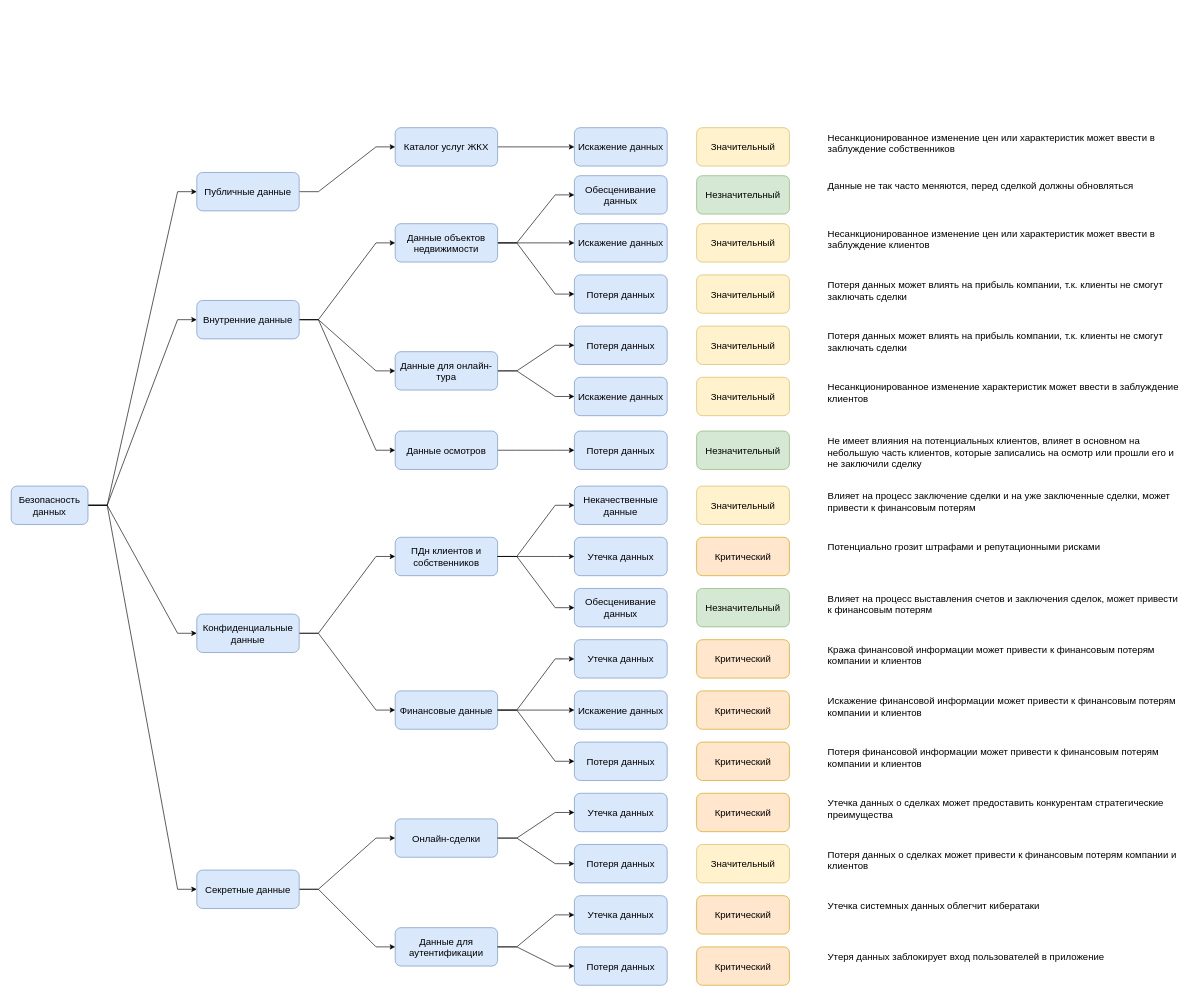
Above: page "Data Risks" (2 of 2) of Exc1/PropDevelopment_С4_model copy.drawio in dimso8/ya-sprint-07 (draw.io), before the change. Source tidied: cells renumbered, new cells numbered last; positions are measured from the earlier drawing's top-left corner, leaving out a move shared by most shapes. Both pictures are drawn from the tidied source at 64%, with x=0, y=0 at pixel (11, 127).
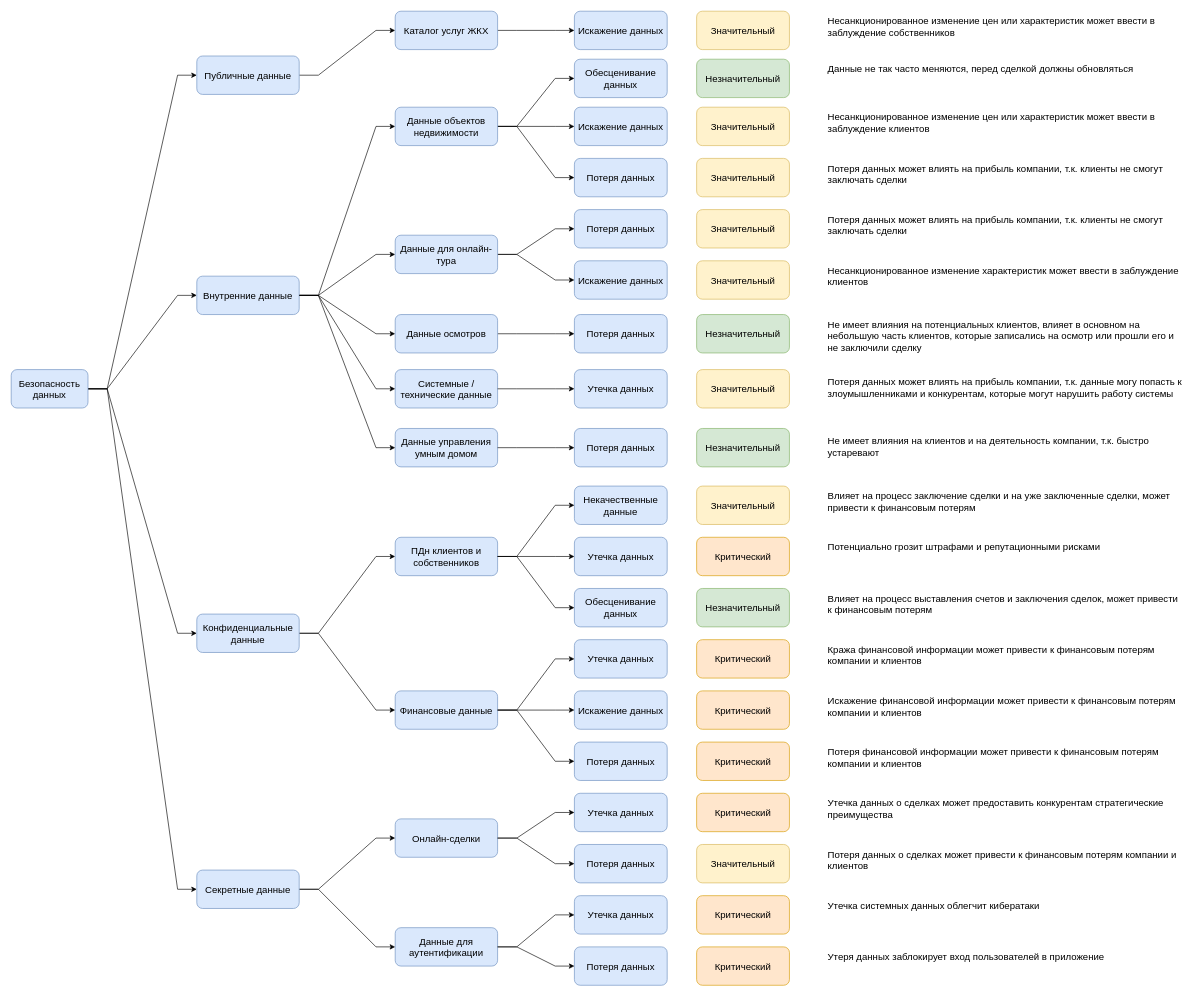
After the change.

Change to the diagram source:
```diff
@@
     <mxCell id="6" value="Безопасность данных" style="rounded=1;whiteSpace=wrap;html=1;fontSize=15;fillColor=#dae8fc;strokeColor=#6c8ebf;" parent="1" vertex="1">
-      <mxGeometry y="560" width="120" height="60" as="geometry" />
+      <mxGeometry y="378" width="120" height="60" as="geometry" />
     </mxCell>
@@
     <mxCell id="16" value="Внутренние данные" style="rounded=1;whiteSpace=wrap;html=1;strokeColor=#6c8ebf;align=center;verticalAlign=middle;fontFamily=Helvetica;fontSize=15;fillColor=#dae8fc;" parent="1" vertex="1">
-      <mxGeometry x="290" y="270" width="160" height="60" as="geometry" />
+      <mxGeometry x="290" y="232" width="160" height="60" as="geometry" />
     </mxCell>
@@
     <mxCell id="18" value="Публичные данные" style="rounded=1;whiteSpace=wrap;html=1;strokeColor=#6c8ebf;align=center;verticalAlign=middle;fillColor=#dae8fc;fontSize=15;" parent="1" vertex="1">
-      <mxGeometry x="290" y="70" width="160" height="60" as="geometry" />
+      <mxGeometry x="290" y="-112" width="160" height="60" as="geometry" />
     </mxCell>
@@
     <mxCell id="22" value="Потеря данных" style="rounded=1;whiteSpace=wrap;html=1;fontSize=15;fillColor=#dae8fc;strokeColor=#6c8ebf;" parent="1" vertex="1">
-      <mxGeometry x="880" y="310" width="145" height="60" as="geometry" />
+      <mxGeometry x="880" y="128" width="145" height="60" as="geometry" />
     </mxCell>
     <mxCell id="23" value="Искажение данных" style="rounded=1;whiteSpace=wrap;html=1;fontSize=15;fillColor=#dae8fc;strokeColor=#6c8ebf;" parent="1" vertex="1">
-      <mxGeometry x="880" width="145" height="60" as="geometry" />
+      <mxGeometry x="880" y="-182" width="145" height="60" as="geometry" />
     </mxCell>
@@
     <mxCell id="29" value="Данные объектов недвижимости" style="rounded=1;whiteSpace=wrap;html=1;strokeColor=#6c8ebf;align=center;verticalAlign=middle;fillColor=#dae8fc;fontSize=15;" parent="1" vertex="1">
-      <mxGeometry x="600" y="150" width="160" height="60" as="geometry" />
+      <mxGeometry x="600" y="-32" width="160" height="60" as="geometry" />
     </mxCell>
@@
     <mxCell id="32" value="Каталог услуг ЖКХ" style="rounded=1;whiteSpace=wrap;html=1;strokeColor=#6c8ebf;align=center;verticalAlign=middle;fillColor=#dae8fc;fontSize=15;" parent="1" vertex="1">
-      <mxGeometry x="600" width="160" height="60" as="geometry" />
+      <mxGeometry x="600" y="-182" width="160" height="60" as="geometry" />
     </mxCell>
@@
     <mxCell id="36" value="Данные для онлайн-тура" style="rounded=1;whiteSpace=wrap;html=1;strokeColor=#6c8ebf;align=center;verticalAlign=middle;fillColor=#dae8fc;fontSize=15;" parent="1" vertex="1">
-      <mxGeometry x="600" y="350" width="160" height="60" as="geometry" />
+      <mxGeometry x="600" y="168" width="160" height="60" as="geometry" />
     </mxCell>
@@
     <mxCell id="39" value="Данные осмотров" style="rounded=1;whiteSpace=wrap;html=1;strokeColor=#6c8ebf;align=center;verticalAlign=middle;fillColor=#dae8fc;fontSize=15;" parent="1" vertex="1">
-      <mxGeometry x="600" y="474" width="160" height="60" as="geometry" />
+      <mxGeometry x="600" y="292" width="160" height="60" as="geometry" />
     </mxCell>
@@
     <mxCell id="41" value="Несанкционированное изменение цен или характеристик может ввести в заблуждение собственников&amp;nbsp;" style="text;whiteSpace=wrap;html=1;fontSize=15;" parent="1" vertex="1">
-      <mxGeometry x="1274" width="560" height="52" as="geometry" />
+      <mxGeometry x="1274" y="-182" width="560" height="52" as="geometry" />
     </mxCell>
     <mxCell id="42" value="Незначительный" style="rounded=1;whiteSpace=wrap;html=1;fontSize=15;fillColor=#d5e8d4;strokeColor=#82b366;" parent="1" vertex="1">
-      <mxGeometry x="1071" y="474" width="145" height="60" as="geometry" />
+      <mxGeometry x="1071" y="292" width="145" height="60" as="geometry" />
     </mxCell>
     <mxCell id="43" value="Значительный" style="rounded=1;whiteSpace=wrap;html=1;fontSize=15;fillColor=#fff2cc;strokeColor=#d6b656;" parent="1" vertex="1">
-      <mxGeometry x="1071" width="145" height="60" as="geometry" />
+      <mxGeometry x="1071" y="-182" width="145" height="60" as="geometry" />
     </mxCell>
     <mxCell id="44" value="Искажение данных" style="rounded=1;whiteSpace=wrap;html=1;fontSize=15;fillColor=#dae8fc;strokeColor=#6c8ebf;" parent="1" vertex="1">
-      <mxGeometry x="880" y="150" width="145" height="60" as="geometry" />
+      <mxGeometry x="880" y="-32" width="145" height="60" as="geometry" />
     </mxCell>
     <mxCell id="45" value="Значительный" style="rounded=1;whiteSpace=wrap;html=1;fontSize=15;fillColor=#fff2cc;strokeColor=#d6b656;" parent="1" vertex="1">
-      <mxGeometry x="1071" y="150" width="145" height="60" as="geometry" />
+      <mxGeometry x="1071" y="-32" width="145" height="60" as="geometry" />
     </mxCell>
     <mxCell id="46" value="Потеря данных" style="rounded=1;whiteSpace=wrap;html=1;fontSize=15;fillColor=#dae8fc;strokeColor=#6c8ebf;" parent="1" vertex="1">
-      <mxGeometry x="880" y="230" width="145" height="60" as="geometry" />
+      <mxGeometry x="880" y="48" width="145" height="60" as="geometry" />
     </mxCell>
     <mxCell id="47" value="Искажение данных" style="rounded=1;whiteSpace=wrap;html=1;fontSize=15;fillColor=#dae8fc;strokeColor=#6c8ebf;" parent="1" vertex="1">
-      <mxGeometry x="880" y="390" width="145" height="60" as="geometry" />
+      <mxGeometry x="880" y="208" width="145" height="60" as="geometry" />
     </mxCell>
     <mxCell id="48" value="Потеря данных" style="rounded=1;whiteSpace=wrap;html=1;fontSize=15;fillColor=#dae8fc;strokeColor=#6c8ebf;" parent="1" vertex="1">
-      <mxGeometry x="880" y="474" width="145" height="60" as="geometry" />
+      <mxGeometry x="880" y="292" width="145" height="60" as="geometry" />
     </mxCell>
     <mxCell id="49" value="Значительный" style="rounded=1;whiteSpace=wrap;html=1;fontSize=15;fillColor=#fff2cc;strokeColor=#d6b656;" parent="1" vertex="1">
-      <mxGeometry x="1071" y="230" width="145" height="60" as="geometry" />
+      <mxGeometry x="1071" y="48" width="145" height="60" as="geometry" />
     </mxCell>
     <mxCell id="50" value="Значительный" style="rounded=1;whiteSpace=wrap;html=1;fontSize=15;fillColor=#fff2cc;strokeColor=#d6b656;" parent="1" vertex="1">
-      <mxGeometry x="1071" y="310" width="145" height="60" as="geometry" />
+      <mxGeometry x="1071" y="128" width="145" height="60" as="geometry" />
     </mxCell>
     <mxCell id="51" value="Значительный" style="rounded=1;whiteSpace=wrap;html=1;fontSize=15;fillColor=#fff2cc;strokeColor=#d6b656;" parent="1" vertex="1">
-      <mxGeometry x="1071" y="390" width="145" height="60" as="geometry" />
+      <mxGeometry x="1071" y="208" width="145" height="60" as="geometry" />
     </mxCell>
@@
     <mxCell id="54" value="Обесценивание данных" style="rounded=1;whiteSpace=wrap;html=1;fontSize=15;fillColor=#dae8fc;strokeColor=#6c8ebf;" parent="1" vertex="1">
-      <mxGeometry x="880" y="75" width="145" height="60" as="geometry" />
+      <mxGeometry x="880" y="-107" width="145" height="60" as="geometry" />
     </mxCell>
     <mxCell id="55" value="Незначительный" style="rounded=1;whiteSpace=wrap;html=1;fontSize=15;fillColor=#d5e8d4;strokeColor=#82b366;" parent="1" vertex="1">
-      <mxGeometry x="1071" y="75" width="145" height="60" as="geometry" />
+      <mxGeometry x="1071" y="-107" width="145" height="60" as="geometry" />
     </mxCell>
@@
     <mxCell id="80" value="Данные не так часто меняются, перед сделкой должны обновляться" style="text;whiteSpace=wrap;html=1;fontSize=15;" parent="1" vertex="1">
-      <mxGeometry x="1274" y="75" width="560" height="52" as="geometry" />
+      <mxGeometry x="1274" y="-107" width="560" height="52" as="geometry" />
     </mxCell>
     <mxCell id="81" value="Несанкционированное изменение цен или характеристик может ввести в заблуждение клиентов&amp;nbsp;" style="text;whiteSpace=wrap;html=1;fontSize=15;" parent="1" vertex="1">
-      <mxGeometry x="1274" y="150" width="560" height="52" as="geometry" />
+      <mxGeometry x="1274" y="-32" width="560" height="52" as="geometry" />
     </mxCell>
     <mxCell id="82" value="Потеря данных может влиять на прибыль компании, т.к. клиенты не смогут заключать сделки" style="text;whiteSpace=wrap;html=1;fontSize=15;" parent="1" vertex="1">
-      <mxGeometry x="1274" y="230" width="560" height="52" as="geometry" />
+      <mxGeometry x="1274" y="48" width="560" height="52" as="geometry" />
     </mxCell>
     <mxCell id="83" value="Потеря данных может влиять на прибыль компании, т.к. клиенты не смогут заключать сделки" style="text;whiteSpace=wrap;html=1;fontSize=15;" parent="1" vertex="1">
-      <mxGeometry x="1274" y="310" width="560" height="52" as="geometry" />
+      <mxGeometry x="1274" y="128" width="560" height="52" as="geometry" />
     </mxCell>
     <mxCell id="84" value="Несанкционированное изменение характеристик может ввести в заблуждение клиентов&amp;nbsp;" style="text;whiteSpace=wrap;html=1;fontSize=15;" parent="1" vertex="1">
-      <mxGeometry x="1274" y="390" width="560" height="52" as="geometry" />
+      <mxGeometry x="1274" y="208" width="560" height="52" as="geometry" />
     </mxCell>
     <mxCell id="85" value="Не имеет влияния на потенциальных клиентов, влияет в основном на небольшую часть клиентов, которые записались на осмотр или прошли его и не заключили сделку&amp;nbsp;" style="text;whiteSpace=wrap;html=1;fontSize=15;" parent="1" vertex="1">
-      <mxGeometry x="1274" y="474" width="560" height="52" as="geometry" />
+      <mxGeometry x="1274" y="292" width="560" height="52" as="geometry" />
     </mxCell>
@@
+    <mxCell id="96" value="Системные / технические данные" style="rounded=1;whiteSpace=wrap;html=1;strokeColor=#6c8ebf;align=center;verticalAlign=middle;fillColor=#dae8fc;fontSize=15;" parent="1" vertex="1">
+      <mxGeometry x="600" y="378" width="160" height="60" as="geometry" />
+    </mxCell>
+    <mxCell id="97" value="Данные управления умным домом" style="rounded=1;whiteSpace=wrap;html=1;strokeColor=#6c8ebf;align=center;verticalAlign=middle;fillColor=#dae8fc;fontSize=15;" parent="1" vertex="1">
+      <mxGeometry x="600" y="470" width="160" height="60" as="geometry" />
+    </mxCell>
+    <mxCell id="98" value="Утечка данных" style="rounded=1;whiteSpace=wrap;html=1;fontSize=15;fillColor=#dae8fc;strokeColor=#6c8ebf;" parent="1" vertex="1">
+      <mxGeometry x="880" y="378" width="145" height="60" as="geometry" />
+    </mxCell>
+    <mxCell id="99" value="Потеря данных" style="rounded=1;whiteSpace=wrap;html=1;fontSize=15;fillColor=#dae8fc;strokeColor=#6c8ebf;" parent="1" vertex="1">
+      <mxGeometry x="880" y="470" width="145" height="60" as="geometry" />
+    </mxCell>
+    <mxCell id="100" style="edgeStyle=entityRelationEdgeStyle;rounded=0;jettySize=auto;html=1;" parent="1" edge="1" source="96" target="98">
+      <mxGeometry relative="1" as="geometry" />
+    </mxCell>
+    <mxCell id="101" style="edgeStyle=entityRelationEdgeStyle;rounded=0;jettySize=auto;html=1;" parent="1" edge="1" source="97" target="99">
+      <mxGeometry relative="1" as="geometry" />
+    </mxCell>
+    <mxCell id="102" style="edgeStyle=entityRelationEdgeStyle;rounded=0;jettySize=auto;html=1;" parent="1" edge="1" source="16" target="96">
+      <mxGeometry relative="1" as="geometry" />
+    </mxCell>
+    <mxCell id="103" style="edgeStyle=entityRelationEdgeStyle;rounded=0;jettySize=auto;html=1;" parent="1" edge="1" source="16" target="97">
+      <mxGeometry relative="1" as="geometry" />
+    </mxCell>
+    <mxCell id="104" value="Значительный" style="rounded=1;whiteSpace=wrap;html=1;fontSize=15;fillColor=#fff2cc;strokeColor=#d6b656;" parent="1" vertex="1">
+      <mxGeometry x="1071" y="378" width="145" height="60" as="geometry" />
+    </mxCell>
+    <mxCell id="105" value="Незначительный" style="rounded=1;whiteSpace=wrap;html=1;fontSize=15;fillColor=#d5e8d4;strokeColor=#82b366;" parent="1" vertex="1">
+      <mxGeometry x="1071" y="470" width="145" height="60" as="geometry" />
+    </mxCell>
+    <mxCell id="106" value="Потеря данных может влиять на прибыль компании, т.к. данные могу попасть к злоумышленниками и конкурентам, которые могут нарушить работу системы" style="text;whiteSpace=wrap;html=1;fontSize=15;" parent="1" vertex="1">
+      <mxGeometry x="1274" y="382" width="560" height="52" as="geometry" />
+    </mxCell>
+    <mxCell id="107" value="Не имеет влияния на клиентов и на деятельность компании, т.к. быстро устаревают" style="text;whiteSpace=wrap;html=1;fontSize=15;" parent="1" vertex="1">
+      <mxGeometry x="1274" y="474" width="560" height="52" as="geometry" />
+    </mxCell>
```
